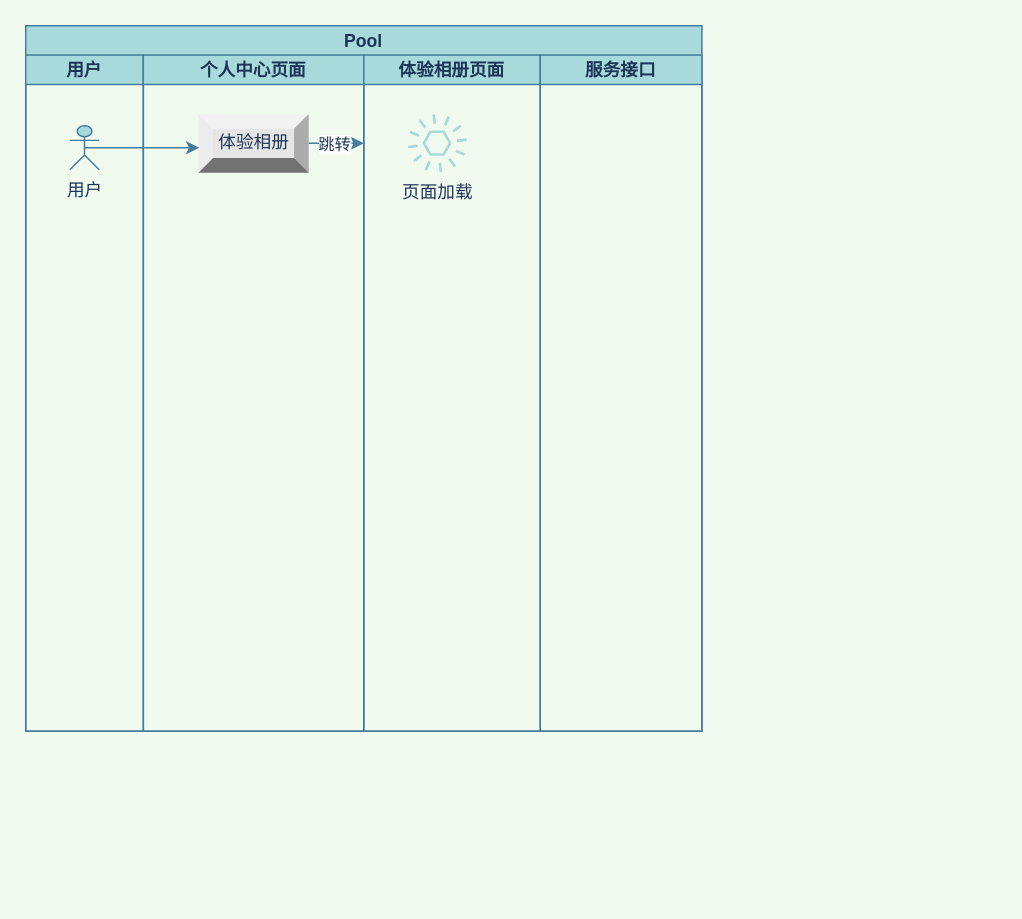
Above: page "个人中心-体验相册" (5 of 8) of Untitled Diagram.drawio in LXX1029/process (draw.io), before the change. Source tidied: cells renumbered, new cells numbered last; positions are measured from the earlier drawing's top-left corner, leaving out a move shared by most shapes. Both pictures are drawn from the tidied source at 147%, with x=0, y=0 at pixel (25, 25). Pictures stored in the file or linked from it are replaced by grey dashed boxes.
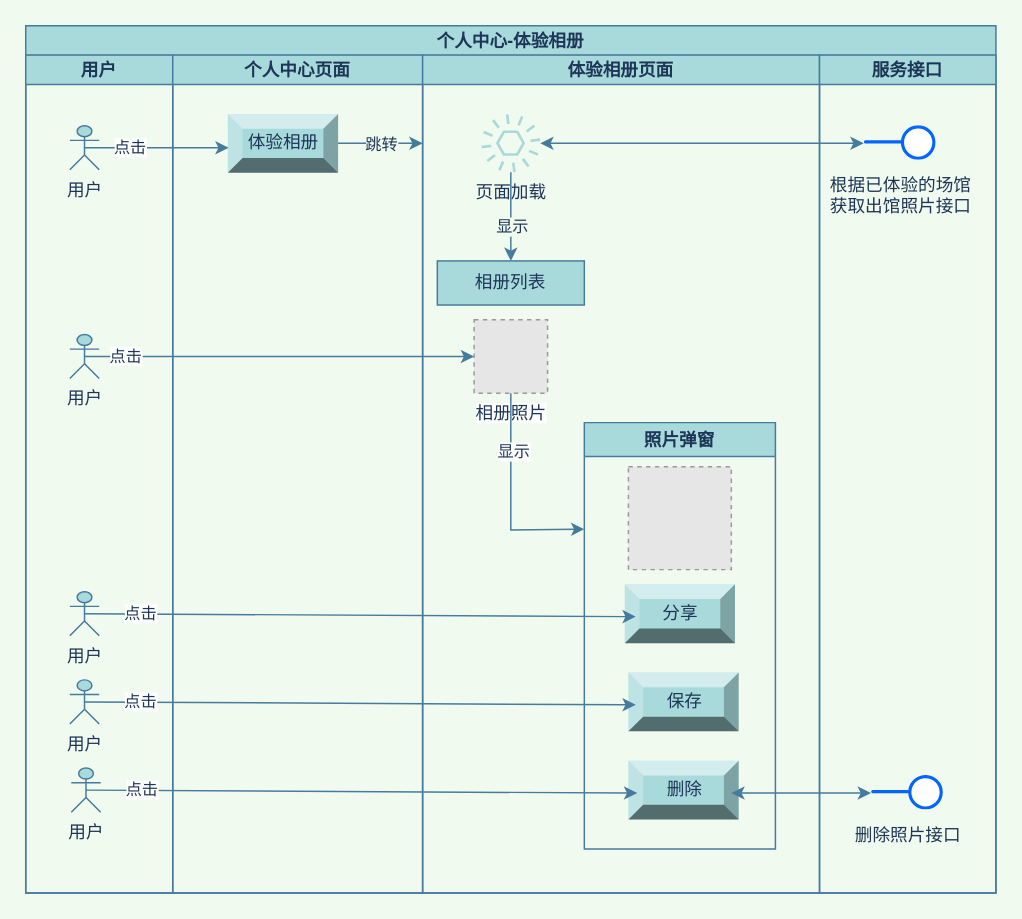
The same page after the edit.

Unchanged cells that the change refers to:
```xml
<mxCell id="4" value="用户" style="shape=umlActor;verticalLabelPosition=bottom;verticalAlign=top;html=1;outlineConnect=0;rounded=0;sketch=0;fontColor=#1D3557;strokeColor=#457B9D;fillColor=#A8DADC;" parent="3" vertex="1">
  <mxGeometry x="30" y="48" width="20" height="30" as="geometry" />
</mxCell>
```

What changed in the source:
```diff
@@
-    <mxCell id="2" value="Pool" style="swimlane;startSize=20;fillColor=#A8DADC;strokeColor=#457B9D;fontColor=#1D3557;" parent="1" vertex="1">
-      <mxGeometry width="460" height="480" as="geometry" />
+    <mxCell id="2" value="个人中心-体验相册" style="swimlane;startSize=20;fillColor=#A8DADC;strokeColor=#457B9D;fontColor=#1D3557;" parent="1" vertex="1">
+      <mxGeometry width="660" height="590" as="geometry" />
     </mxCell>
     <mxCell id="3" value="用户" style="swimlane;startSize=20;fillColor=#A8DADC;strokeColor=#457B9D;fontColor=#1D3557;" parent="2" vertex="1">
-      <mxGeometry y="20" width="80" height="460" as="geometry" />
+      <mxGeometry y="20" width="100" height="570" as="geometry" />
     </mxCell>
@@
+    <mxCell id="13" value="用户" style="shape=umlActor;verticalLabelPosition=bottom;verticalAlign=top;html=1;outlineConnect=0;rounded=0;sketch=0;fontColor=#1D3557;strokeColor=#457B9D;fillColor=#A8DADC;" parent="3" vertex="1">
+      <mxGeometry x="30" y="190" width="20" height="30" as="geometry" />
+    </mxCell>
+    <mxCell id="14" value="用户" style="shape=umlActor;verticalLabelPosition=bottom;verticalAlign=top;html=1;outlineConnect=0;rounded=0;sketch=0;fontColor=#1D3557;strokeColor=#457B9D;fillColor=#A8DADC;" parent="3" vertex="1">
+      <mxGeometry x="30" y="365" width="20" height="30" as="geometry" />
+    </mxCell>
     <mxCell id="5" value="个人中心页面" style="swimlane;startSize=20;fillColor=#A8DADC;strokeColor=#457B9D;fontColor=#1D3557;" parent="2" vertex="1">
-      <mxGeometry x="80" y="20" width="150" height="460" as="geometry" />
+      <mxGeometry x="100" y="20" width="170" height="570" as="geometry" />
     </mxCell>
-    <mxCell id="6" value="体验相册" style="labelPosition=center;verticalLabelPosition=middle;align=center;html=1;shape=mxgraph.basic.shaded_button;dx=10;fillColor=#E6E6E6;strokeColor=none;rounded=0;sketch=0;fontColor=#1D3557;" parent="5" vertex="1">
+    <mxCell id="6" value="体验相册" style="labelPosition=center;verticalLabelPosition=middle;align=center;html=1;shape=mxgraph.basic.shaded_button;dx=10;fillColor=#A8DADC;strokeColor=none;rounded=0;sketch=0;fontColor=#1D3557;" parent="5" vertex="1">
       <mxGeometry x="37.5" y="40" width="75" height="40" as="geometry" />
     </mxCell>
     <mxCell id="7" value="体验相册页面" style="swimlane;startSize=20;fillColor=#A8DADC;strokeColor=#457B9D;fontColor=#1D3557;" parent="2" vertex="1">
-      <mxGeometry x="230" y="20" width="120" height="460" as="geometry" />
+      <mxGeometry x="270" y="20" width="270" height="570" as="geometry" />
     </mxCell>
+    <mxCell id="15" value="相册照片" style="fillColor=#E6E6E6;strokeColor=#999999;dashed=1;html=1;verticalAlign=top;verticalLabelPosition=bottom;labelBackgroundColor=#ffffff;fontColor=#1D3557;" parent="7" vertex="1">
+      <mxGeometry x="35" y="180" width="50" height="50" as="geometry" />
+    </mxCell>
     <mxCell id="8" value="页面加载" style="sketch=0;outlineConnect=0;fontColor=#1D3557;fillColor=#A8DADC;strokeColor=none;dashed=0;verticalLabelPosition=bottom;verticalAlign=top;align=center;html=1;fontSize=12;fontStyle=0;shape=mxgraph.aws4.event;rounded=0;" parent="7" vertex="1">
-      <mxGeometry x="30" y="40" width="40" height="40" as="geometry" />
+      <mxGeometry x="40" y="40" width="40" height="40" as="geometry" />
     </mxCell>
+    <mxCell id="16" value="相册列表" style="rounded=0;whiteSpace=wrap;html=1;sketch=0;fontColor=#1D3557;strokeColor=#457B9D;fillColor=#A8DADC;" parent="7" vertex="1">
+      <mxGeometry x="10" y="140" width="100" height="30" as="geometry" />
+    </mxCell>
+    <mxCell id="17" style="endArrow=classic;html=1;rounded=1;sketch=0;fontColor=#1D3557;strokeColor=#457B9D;fillColor=#A8DADC;curved=0;labelBackgroundColor=#F1FAEE;" parent="7" edge="1" source="8" target="16">
+      <mxGeometry relative="1" as="geometry" />
+    </mxCell>
+    <mxCell id="18" value="显示" style="edgeLabel;html=1;align=center;verticalAlign=middle;fontColor=#1D3557;labelBackgroundColor=#F1FAEE;" parent="17" vertex="1">
+      <mxGeometry x="0.36" relative="1" as="geometry">
+        <mxPoint y="-4" as="offset" />
+      </mxGeometry>
+    </mxCell>
+    <mxCell id="19" value="照片弹窗" style="swimlane;rounded=0;sketch=0;fontColor=#1D3557;strokeColor=#457B9D;fillColor=#A8DADC;" parent="7" vertex="1">
+      <mxGeometry x="110" y="250" width="130" height="290" as="geometry" />
+    </mxCell>
+    <mxCell id="20" style="fillColor=#E6E6E6;strokeColor=#999999;dashed=1;html=1;verticalAlign=top;verticalLabelPosition=bottom;labelBackgroundColor=#ffffff;fontColor=#1D3557;" parent="19" vertex="1">
+      <mxGeometry x="30" y="30" width="70" height="70" as="geometry" />
+    </mxCell>
+    <mxCell id="21" value="分享" style="labelPosition=center;verticalLabelPosition=middle;align=center;html=1;shape=mxgraph.basic.shaded_button;dx=10;fillColor=#A8DADC;strokeColor=none;rounded=0;sketch=0;fontColor=#1D3557;" parent="19" vertex="1">
+      <mxGeometry x="27.5" y="110" width="75" height="40" as="geometry" />
+    </mxCell>
+    <mxCell id="22" value="保存" style="labelPosition=center;verticalLabelPosition=middle;align=center;html=1;shape=mxgraph.basic.shaded_button;dx=10;fillColor=#A8DADC;strokeColor=none;rounded=0;sketch=0;fontColor=#1D3557;" parent="19" vertex="1">
+      <mxGeometry x="30" y="170" width="75" height="40" as="geometry" />
+    </mxCell>
+    <mxCell id="23" value="删除" style="labelPosition=center;verticalLabelPosition=middle;align=center;html=1;shape=mxgraph.basic.shaded_button;dx=10;fillColor=#A8DADC;strokeColor=none;rounded=0;sketch=0;fontColor=#1D3557;" parent="19" vertex="1">
+      <mxGeometry x="30" y="230" width="75" height="40" as="geometry" />
+    </mxCell>
+    <mxCell id="24" style="endArrow=classic;html=1;rounded=0;sketch=0;fontColor=#1D3557;strokeColor=#457B9D;fillColor=#A8DADC;entryX=0;entryY=0.25;entryDx=0;entryDy=0;" parent="7" edge="1" source="15" target="19">
+      <mxGeometry relative="1" as="geometry">
+        <Array as="points">
+          <mxPoint x="60" y="323" />
+        </Array>
+      </mxGeometry>
+    </mxCell>
+    <mxCell id="25" value="显示" style="edgeLabel;html=1;align=center;verticalAlign=middle;fontColor=#1D3557;" parent="24" vertex="1">
+      <mxGeometry x="-0.46" y="1" relative="1" as="geometry" />
+    </mxCell>
-    <mxCell id="9" style="endArrow=classic;html=1;rounded=1;sketch=0;fontColor=#1D3557;strokeColor=#457B9D;fillColor=#A8DADC;curved=0;exitX=0.5;exitY=0.5;exitDx=0;exitDy=0;exitPerimeter=0;entryX=0.007;entryY=0.575;entryDx=0;entryDy=0;entryPerimeter=0;" parent="2" edge="1" source="4" target="6">
+    <mxCell id="9" style="endArrow=classic;html=1;rounded=1;sketch=0;fontColor=#1D3557;strokeColor=#457B9D;fillColor=#A8DADC;curved=0;exitX=0.5;exitY=0.5;exitDx=0;exitDy=0;exitPerimeter=0;entryX=0.007;entryY=0.575;entryDx=0;entryDy=0;entryPerimeter=0;labelBackgroundColor=#F1FAEE;" parent="2" edge="1" source="4" target="6">
       <mxGeometry relative="1" as="geometry" />
     </mxCell>
+    <mxCell id="26" value="点击" style="edgeLabel;html=1;align=center;verticalAlign=middle;fontColor=#1D3557;" parent="9" vertex="1">
+      <mxGeometry x="-0.28" y="1" relative="1" as="geometry">
+        <mxPoint x="-5" as="offset" />
+      </mxGeometry>
+    </mxCell>
     <mxCell id="10" value="服务接口" style="swimlane;rounded=0;sketch=0;fontColor=#1D3557;strokeColor=#457B9D;fillColor=#A8DADC;startSize=20;" parent="2" vertex="1">
-      <mxGeometry x="350" y="20" width="110" height="460" as="geometry" />
+      <mxGeometry x="540" y="20" width="120" height="570" as="geometry" />
     </mxCell>
+    <mxCell id="27" value="根据已体验的场馆&lt;br&gt;获取出馆照片接口" style="perimeter=ellipsePerimeter;html=1;align=center;shadow=0;dashed=0;spacingTop=3;image;image=img/lib/active_directory/interface.svg;rounded=0;sketch=0;fontColor=#1D3557;strokeColor=#457B9D;fillColor=#A8DADC;labelBackgroundColor=#F1FAEE;" parent="10" vertex="1">
+      <mxGeometry x="30" y="48.2" width="50" height="23.5" as="geometry" />
+    </mxCell>
+    <mxCell id="28" value="删除照片接口" style="perimeter=ellipsePerimeter;html=1;align=center;shadow=0;dashed=0;spacingTop=3;image;image=img/lib/active_directory/interface.svg;rounded=0;sketch=0;fontColor=#1D3557;strokeColor=#457B9D;fillColor=#A8DADC;labelBackgroundColor=#F1FAEE;" parent="10" vertex="1">
+      <mxGeometry x="35" y="490.2" width="50" height="23.5" as="geometry" />
+    </mxCell>
+    <mxCell id="29" style="endArrow=classic;startArrow=classic;html=1;rounded=1;sketch=0;fontColor=#1D3557;strokeColor=#457B9D;fillColor=#A8DADC;curved=0;entryX=0;entryY=0.5;entryDx=0;entryDy=0;labelBackgroundColor=#F1FAEE;" parent="2" edge="1" source="8" target="27">
+      <mxGeometry relative="1" as="geometry" />
+    </mxCell>
+    <mxCell id="30" style="endArrow=classic;html=1;rounded=1;sketch=0;fontColor=#1D3557;strokeColor=#457B9D;fillColor=#A8DADC;curved=0;exitX=0.5;exitY=0.5;exitDx=0;exitDy=0;exitPerimeter=0;entryX=0;entryY=0.5;entryDx=0;entryDy=0;labelBackgroundColor=#F1FAEE;" parent="2" edge="1" source="13" target="15">
+      <mxGeometry relative="1" as="geometry" />
+    </mxCell>
+    <mxCell id="31" value="点击" style="edgeLabel;html=1;align=center;verticalAlign=middle;fontColor=#1D3557;" parent="30" vertex="1">
+      <mxGeometry x="-0.79" y="-1" relative="1" as="geometry">
+        <mxPoint x="-1" y="-2" as="offset" />
+      </mxGeometry>
+    </mxCell>
+    <mxCell id="32" style="endArrow=classic;html=1;rounded=1;sketch=0;fontColor=#1D3557;strokeColor=#457B9D;fillColor=#A8DADC;curved=0;exitX=0.5;exitY=0.5;exitDx=0;exitDy=0;exitPerimeter=0;entryX=0.1;entryY=0.55;entryDx=0;entryDy=0;labelBackgroundColor=#F1FAEE;entryPerimeter=0;" parent="2" edge="1" source="14" target="21">
+      <mxGeometry relative="1" as="geometry" />
+    </mxCell>
+    <mxCell id="33" value="点击" style="edgeLabel;html=1;align=center;verticalAlign=middle;fontColor=#1D3557;" parent="32" vertex="1">
+      <mxGeometry x="-0.79" y="-1" relative="1" as="geometry">
+        <mxPoint x="-1" y="-2" as="offset" />
+      </mxGeometry>
+    </mxCell>
+    <mxCell id="34" style="endArrow=classic;startArrow=classic;html=1;rounded=0;sketch=0;fontColor=#1D3557;strokeColor=#457B9D;fillColor=#A8DADC;exitX=0.933;exitY=0.55;exitDx=0;exitDy=0;exitPerimeter=0;entryX=0;entryY=0.5;entryDx=0;entryDy=0;" parent="2" edge="1" source="23" target="28">
+      <mxGeometry relative="1" as="geometry" />
+    </mxCell>
-    <mxCell id="11" style="endArrow=classic;html=1;rounded=1;sketch=0;fontColor=#1D3557;strokeColor=#457B9D;fillColor=#A8DADC;curved=0;" parent="1" edge="1" source="6">
+    <mxCell id="11" style="endArrow=classic;html=1;rounded=1;sketch=0;fontColor=#1D3557;strokeColor=#457B9D;fillColor=#A8DADC;curved=0;labelBackgroundColor=#F1FAEE;" parent="1" edge="1" source="6">
       <mxGeometry relative="1" as="geometry">
-        <mxPoint x="230" y="80" as="targetPoint" />
+        <mxPoint x="270" y="80" as="targetPoint" />
       </mxGeometry>
     </mxCell>
-    <mxCell id="12" value="跳转" style="edgeLabel;html=1;align=center;verticalAlign=middle;fontColor=#1D3557;" parent="11" vertex="1">
+    <mxCell id="12" value="跳转" style="edgeLabel;html=1;align=center;verticalAlign=middle;fontColor=#1D3557;labelBackgroundColor=#F1FAEE;" parent="11" vertex="1">
       <mxGeometry x="0.16" y="1" relative="1" as="geometry">
-        <mxPoint x="-5" y="1" as="offset" />
+        <mxPoint x="-4" y="1" as="offset" />
       </mxGeometry>
     </mxCell>
+    <mxCell id="35" value="用户" style="shape=umlActor;verticalLabelPosition=bottom;verticalAlign=top;html=1;outlineConnect=0;rounded=0;sketch=0;fontColor=#1D3557;strokeColor=#457B9D;fillColor=#A8DADC;" parent="1" vertex="1">
+      <mxGeometry x="30" y="445" width="20" height="30" as="geometry" />
+    </mxCell>
+    <mxCell id="36" style="endArrow=classic;html=1;rounded=1;sketch=0;fontColor=#1D3557;strokeColor=#457B9D;fillColor=#A8DADC;curved=0;exitX=0.5;exitY=0.5;exitDx=0;exitDy=0;exitPerimeter=0;entryX=0.1;entryY=0.55;entryDx=0;entryDy=0;labelBackgroundColor=#F1FAEE;entryPerimeter=0;" parent="1" edge="1" source="35">
+      <mxGeometry relative="1" as="geometry">
+        <mxPoint x="415" y="462" as="targetPoint" />
+      </mxGeometry>
+    </mxCell>
+    <mxCell id="37" value="点击" style="edgeLabel;html=1;align=center;verticalAlign=middle;fontColor=#1D3557;" parent="36" vertex="1">
+      <mxGeometry x="-0.79" y="-1" relative="1" as="geometry">
+        <mxPoint x="-1" y="-2" as="offset" />
+      </mxGeometry>
+    </mxCell>
+    <mxCell id="38" value="用户" style="shape=umlActor;verticalLabelPosition=bottom;verticalAlign=top;html=1;outlineConnect=0;rounded=0;sketch=0;fontColor=#1D3557;strokeColor=#457B9D;fillColor=#A8DADC;" parent="1" vertex="1">
+      <mxGeometry x="31" y="505" width="20" height="30" as="geometry" />
+    </mxCell>
+    <mxCell id="39" style="endArrow=classic;html=1;rounded=1;sketch=0;fontColor=#1D3557;strokeColor=#457B9D;fillColor=#A8DADC;curved=0;exitX=0.5;exitY=0.5;exitDx=0;exitDy=0;exitPerimeter=0;entryX=0.1;entryY=0.55;entryDx=0;entryDy=0;labelBackgroundColor=#F1FAEE;entryPerimeter=0;" parent="1" edge="1" source="38">
+      <mxGeometry relative="1" as="geometry">
+        <mxPoint x="416" y="522" as="targetPoint" />
+      </mxGeometry>
+    </mxCell>
+    <mxCell id="40" value="点击" style="edgeLabel;html=1;align=center;verticalAlign=middle;fontColor=#1D3557;" parent="39" vertex="1">
+      <mxGeometry x="-0.79" y="-1" relative="1" as="geometry">
+        <mxPoint x="-1" y="-2" as="offset" />
+      </mxGeometry>
+    </mxCell>
```
